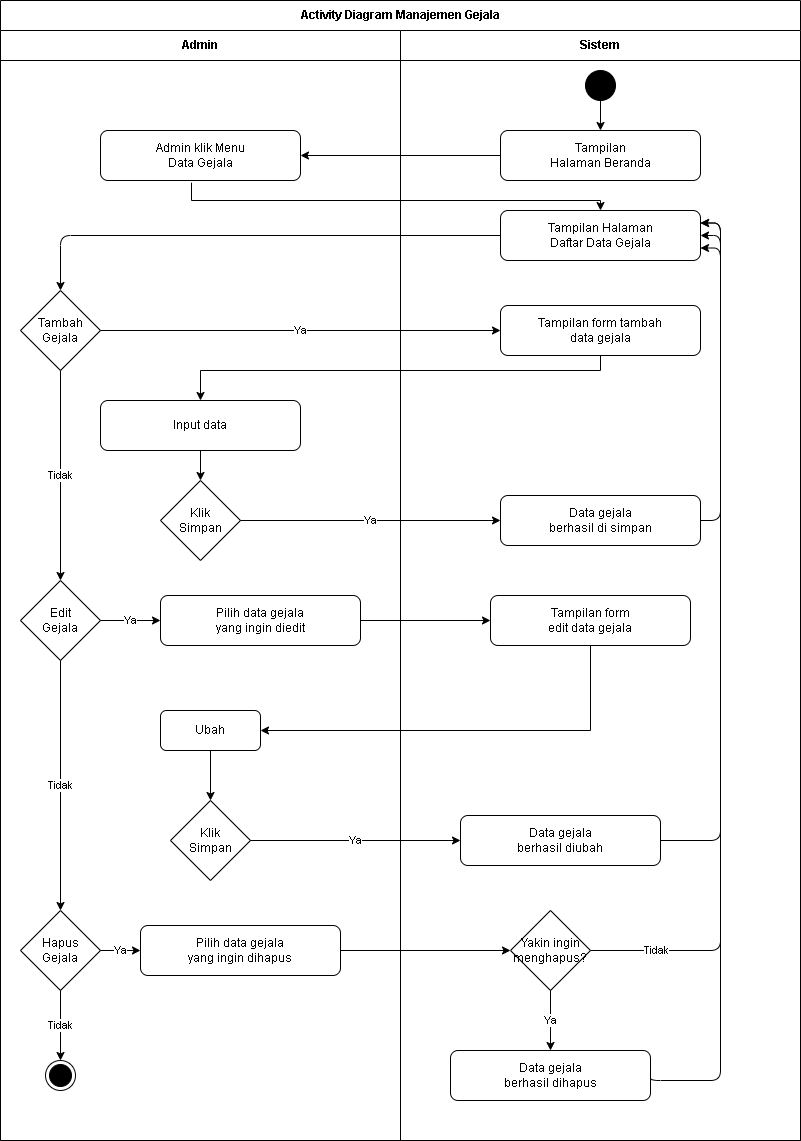
Earlier version of the draw.io export diagram/Activity/admin_gejala.png (Jinsky/Jinsky). Source tidied: cells renumbered, new cells last; positions are measured from the earlier drawing's top-left corner, leaving out a move shared by most shapes.
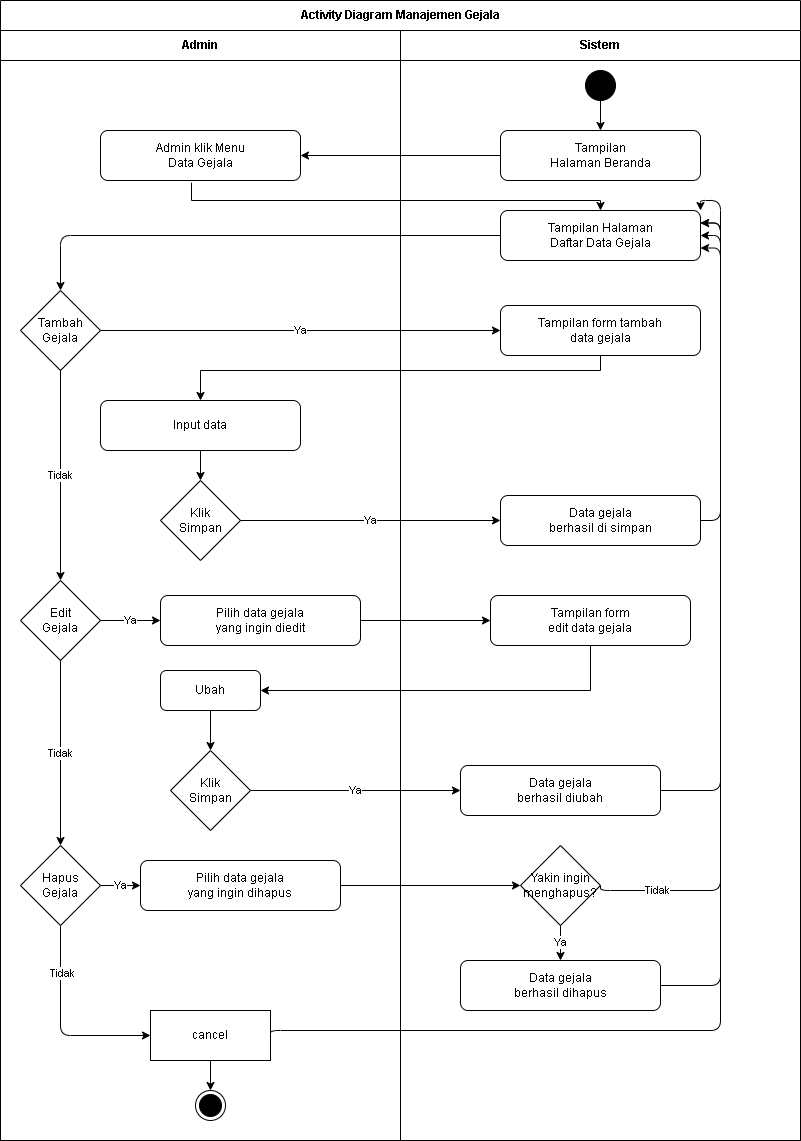
The same diagram one commit later.

Commit message:
fix: update flowchart diagrams for admin and consultation processes

What changed in the source:
```diff
@@ -27,20 +27,36 @@
       <mxGeometry x="160" y="565" width="200" height="50" as="geometry" />
     </mxCell>
     <mxCell id="10" value="Ubah" style="rounded=1;whiteSpace=wrap;html=1;fillColor=#ffffff;strokeColor=#000000;" parent="3" vertex="1">
-      <mxGeometry x="160" y="680" width="100" height="40" as="geometry" />
+      <mxGeometry x="160" y="640" width="100" height="40" as="geometry" />
     </mxCell>
     <mxCell id="11" value="Klik&#10;Simpan" style="rhombus;whiteSpace=wrap;html=1;fillColor=#ffffff;strokeColor=#000000;" parent="3" vertex="1">
-      <mxGeometry x="170" y="770" width="80" height="80" as="geometry" />
+      <mxGeometry x="170" y="720" width="80" height="80" as="geometry" />
     </mxCell>
+    <mxCell id="49" style="edgeStyle=orthogonalEdgeStyle;html=1;entryX=0;entryY=0.5;entryDx=0;entryDy=0;" parent="3" edge="1" source="12" target="51">
+      <mxGeometry relative="1" as="geometry">
+        <Array as="points">
+          <mxPoint x="60" y="1005" />
+        </Array>
+      </mxGeometry>
+    </mxCell>
+    <mxCell id="48" value="Tidak" style="edgeLabel;html=1;align=center;verticalAlign=middle;" parent="49" vertex="1">
+      <mxGeometry x="-0.53" y="1" relative="1" as="geometry" />
+    </mxCell>
     <mxCell id="12" value="Hapus&#10;Gejala" style="rhombus;whiteSpace=wrap;html=1;fillColor=#ffffff;strokeColor=#000000;" parent="3" vertex="1">
-      <mxGeometry x="20" y="880" width="80" height="80" as="geometry" />
+      <mxGeometry x="20" y="815" width="80" height="80" as="geometry" />
     </mxCell>
     <mxCell id="13" value="Pilih data gejala&#10;yang ingin dihapus" style="rounded=1;whiteSpace=wrap;html=1;fillColor=#ffffff;strokeColor=#000000;" parent="3" vertex="1">
-      <mxGeometry x="140" y="895" width="200" height="50" as="geometry" />
+      <mxGeometry x="140" y="830" width="200" height="50" as="geometry" />
     </mxCell>
     <mxCell id="14" style="ellipse;html=1;shape=endState;fillColor=#000000;strokeColor=#000000;" parent="3" vertex="1">
-      <mxGeometry x="45" y="1030" width="30" height="30" as="geometry" />
+      <mxGeometry x="195" y="1060" width="30" height="30" as="geometry" />
     </mxCell>
+    <mxCell id="50" style="edgeStyle=none;html=1;" parent="3" edge="1" source="51" target="14">
+      <mxGeometry relative="1" as="geometry" />
+    </mxCell>
+    <mxCell id="51" value="cancel" style="rounded=0;whiteSpace=wrap;html=1;" parent="3" vertex="1">
+      <mxGeometry x="150" y="980" width="120" height="50" as="geometry" />
+    </mxCell>
     <mxCell id="15" value="Sistem" style="swimlane;html=1;startSize=30;whiteSpace=wrap;fillColor=#ffffff;strokeColor=#000000;" parent="2" vertex="1">
       <mxGeometry x="400" y="30" width="400" height="1110" as="geometry" />
     </mxCell>
@@ -73,18 +89,19 @@
     <mxCell id="23" style="edgeStyle=orthogonalEdgeStyle;html=1;exitX=1;exitY=0.5;exitDx=0;exitDy=0;entryX=1;entryY=0.5;entryDx=0;entryDy=0;" parent="15" edge="1" source="24" target="18">
       <mxGeometry relative="1" as="geometry">
         <Array as="points">
-          <mxPoint x="320" y="810" />
+          <mxPoint x="320" y="760" />
           <mxPoint x="320" y="205" />
         </Array>
       </mxGeometry>
     </mxCell>
     <mxCell id="24" value="Data gejala&#10;berhasil diubah" style="rounded=1;whiteSpace=wrap;html=1;fillColor=#ffffff;strokeColor=#000000;" parent="15" vertex="1">
-      <mxGeometry x="60" y="785" width="200" height="50" as="geometry" />
+      <mxGeometry x="60" y="735" width="200" height="50" as="geometry" />
     </mxCell>
     <mxCell id="25" style="edgeStyle=orthogonalEdgeStyle;html=1;exitX=1;exitY=0.5;exitDx=0;exitDy=0;entryX=1;entryY=0.25;entryDx=0;entryDy=0;" parent="15" edge="1" source="27" target="18">
       <mxGeometry relative="1" as="geometry">
         <Array as="points">
-          <mxPoint x="320" y="920" />
+          <mxPoint x="200" y="860" />
+          <mxPoint x="320" y="860" />
           <mxPoint x="320" y="193" />
         </Array>
       </mxGeometry>
@@ -93,19 +110,18 @@
       <mxGeometry x="-0.85" y="1" relative="1" as="geometry" />
     </mxCell>
     <mxCell id="27" value="Yakin ingin&#10;menghapus?" style="rhombus;whiteSpace=wrap;html=1;fillColor=#ffffff;strokeColor=#000000;" parent="15" vertex="1">
-      <mxGeometry x="110" y="880" width="80" height="80" as="geometry" />
+      <mxGeometry x="120" y="815" width="80" height="80" as="geometry" />
     </mxCell>
     <mxCell id="28" style="edgeStyle=orthogonalEdgeStyle;html=1;exitX=1;exitY=0.5;exitDx=0;exitDy=0;entryX=1;entryY=0.25;entryDx=0;entryDy=0;" parent="15" edge="1" source="29" target="18">
       <mxGeometry relative="1" as="geometry">
         <Array as="points">
-          <mxPoint x="250" y="1050" />
-          <mxPoint x="320" y="1050" />
+          <mxPoint x="320" y="955" />
           <mxPoint x="320" y="193" />
         </Array>
       </mxGeometry>
     </mxCell>
     <mxCell id="29" value="Data gejala&#10;berhasil dihapus" style="rounded=1;whiteSpace=wrap;html=1;fillColor=#ffffff;strokeColor=#000000;" parent="15" vertex="1">
-      <mxGeometry x="50" y="1020" width="200" height="50" as="geometry" />
+      <mxGeometry x="60" y="930" width="200" height="50" as="geometry" />
     </mxCell>
     <mxCell id="30" style="edgeStyle=orthogonalEdgeStyle;rounded=0;jettySize=auto;html=1;strokeColor=#000000;exitX=0.455;exitY=1.044;exitDx=0;exitDy=0;exitPerimeter=0;" parent="2" edge="1" source="4" target="18">
       <mxGeometry relative="1" as="geometry">
@@ -118,6 +134,16 @@
     <mxCell id="31" style="edgeStyle=orthogonalEdgeStyle;html=1;entryX=0.5;entryY=0;entryDx=0;entryDy=0;exitX=0;exitY=0.5;exitDx=0;exitDy=0;" parent="2" edge="1" source="18" target="5">
       <mxGeometry relative="1" as="geometry" />
     </mxCell>
+    <mxCell id="52" style="edgeStyle=orthogonalEdgeStyle;html=1;exitX=1;exitY=0.5;exitDx=0;exitDy=0;entryX=1;entryY=0;entryDx=0;entryDy=0;" parent="2" edge="1" source="51" target="18">
+      <mxGeometry relative="1" as="geometry">
+        <Array as="points">
+          <mxPoint x="270" y="1030" />
+          <mxPoint x="720" y="1030" />
+          <mxPoint x="720" y="200" />
+          <mxPoint x="700" y="200" />
+        </Array>
+      </mxGeometry>
+    </mxCell>
     <mxCell id="32" style="edgeStyle=orthogonalEdgeStyle;rounded=0;jettySize=auto;html=1;strokeColor=#000000;" parent="1" edge="1" source="16" target="17">
       <mxGeometry relative="1" as="geometry" />
     </mxCell>
@@ -153,7 +179,7 @@
     <mxCell id="41" style="edgeStyle=orthogonalEdgeStyle;rounded=0;jettySize=auto;html=1;strokeColor=#000000;exitX=0.5;exitY=1;exitDx=0;exitDy=0;" parent="1" edge="1" source="22" target="10">
       <mxGeometry relative="1" as="geometry">
         <Array as="points">
-          <mxPoint x="590" y="730" />
+          <mxPoint x="590" y="690" />
         </Array>
       </mxGeometry>
     </mxCell>
@@ -175,8 +201,5 @@
     <mxCell id="47" value="Ya" style="edgeStyle=orthogonalEdgeStyle;rounded=0;jettySize=auto;html=1;strokeColor=#000000;" parent="1" edge="1" source="27" target="29">
       <mxGeometry relative="1" as="geometry" />
     </mxCell>
-    <mxCell id="48" value="Tidak" style="edgeStyle=orthogonalEdgeStyle;rounded=0;jettySize=auto;html=1;strokeColor=#000000;" parent="1" edge="1" source="12" target="14">
-      <mxGeometry relative="1" as="geometry" />
-    </mxCell>
   </root>
 </mxGraphModel>
```
